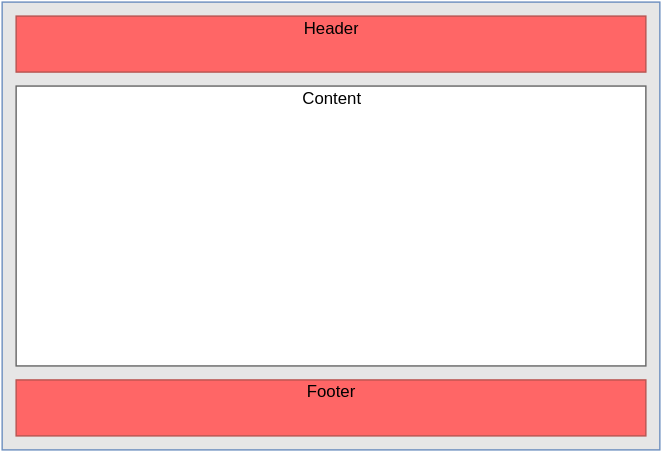
Before: public-parts/layout.svg, a diagram exported from draw.io (CatUnicornKiller/user-doc). Source tidied: cells renumbered, new cells last; positions are measured from the earlier drawing's top-left corner, leaving out a move shared by most shapes. Its diagram source:
```xml
<mxGraphModel background="#ffffff">
  <root>
    <mxCell id="0" />
    <mxCell id="1" parent="0" />
    <mxCell id="2" style="whiteSpace=wrap;html=1;plain-blue;gradientColor=none;fillColor=#E6E6E6;" parent="1" vertex="1">
      <mxGeometry width="470" height="320" as="geometry" />
    </mxCell>
    <mxCell id="3" style="whiteSpace=wrap;html=1;plain-red;gradientColor=none;fillColor=#FF6666;" parent="1" vertex="1">
      <mxGeometry x="10" y="10" width="450" height="40" as="geometry" />
    </mxCell>
    <mxCell id="4" value="Header" style="text;html=1;strokeColor=none;fillColor=none;align=center;verticalAlign=middle;whiteSpace=wrap;overflow=hidden;" parent="1" vertex="1">
      <mxGeometry x="210" y="10" width="50" height="20" as="geometry" />
    </mxCell>
    <mxCell id="5" style="whiteSpace=wrap;html=1;gradientColor=none;fillColor=#FF6666;strokeColor=#B85450;" parent="1" vertex="1">
      <mxGeometry x="10" y="270" width="450" height="40" as="geometry" />
    </mxCell>
    <mxCell id="6" value="Footer&lt;br&gt;" style="text;html=1;strokeColor=none;fillColor=none;align=center;verticalAlign=middle;whiteSpace=wrap;overflow=hidden;" parent="1" vertex="1">
      <mxGeometry x="215" y="270" width="40" height="20" as="geometry" />
    </mxCell>
    <mxCell id="7" style="whiteSpace=wrap;html=1;strokeColor=#666666;" parent="1" vertex="1">
      <mxGeometry x="10" y="60" width="450" height="200" as="geometry" />
    </mxCell>
    <mxCell id="8" value="Content" style="text;html=1;strokeColor=none;fillColor=none;align=center;verticalAlign=middle;whiteSpace=wrap;overflow=hidden;" parent="1" vertex="1">
      <mxGeometry x="205" y="60" width="60" height="20" as="geometry" />
    </mxCell>
  </root>
</mxGraphModel>
```
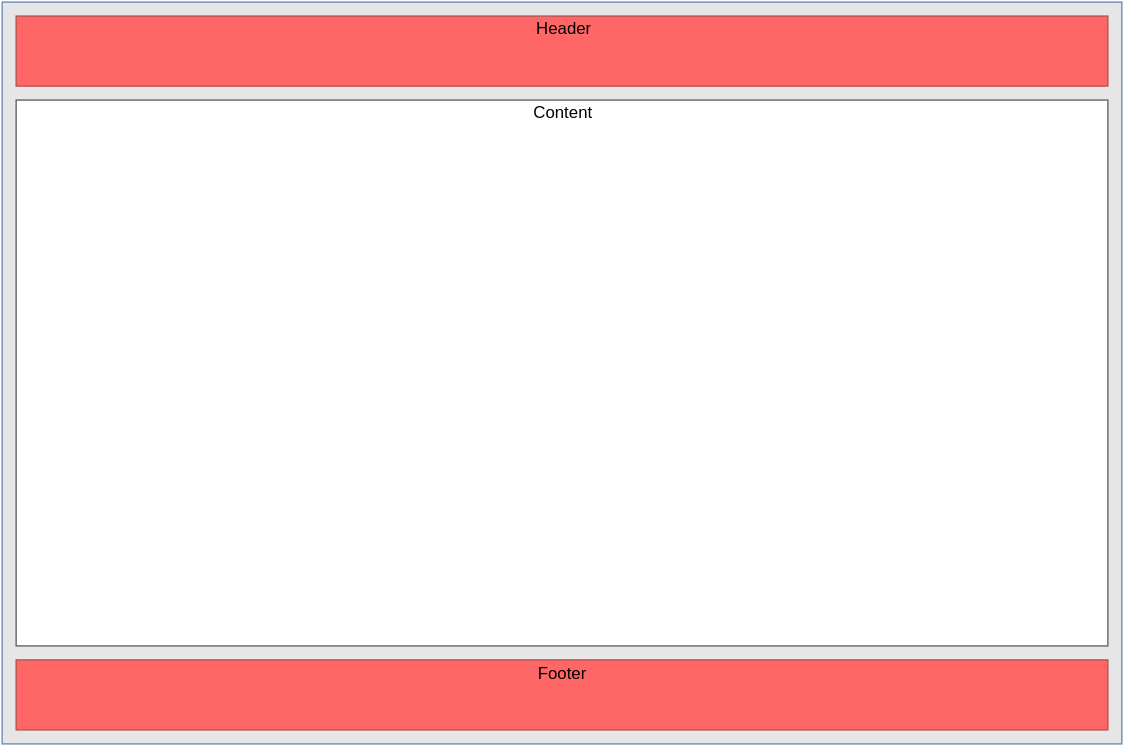
The same file after the commit.

Commit message:
Bigger layout images

The edit, as a diff of the source:
```diff
@@ -3,25 +3,34 @@
     <mxCell id="0" />
     <mxCell id="1" parent="0" />
     <mxCell id="2" style="whiteSpace=wrap;html=1;plain-blue;gradientColor=none;fillColor=#E6E6E6;" parent="1" vertex="1">
-      <mxGeometry width="470" height="320" as="geometry" />
+      <mxGeometry width="800" height="530" as="geometry" />
     </mxCell>
+    <mxCell id="9" style="group;" parent="1" vertex="1">
+      <mxGeometry x="10" y="10" width="780" height="50" as="geometry" />
+    </mxCell>
-    <mxCell id="3" style="whiteSpace=wrap;html=1;plain-red;gradientColor=none;fillColor=#FF6666;" parent="1" vertex="1">
-      <mxGeometry x="10" y="10" width="450" height="40" as="geometry" />
+    <mxCell id="3" style="whiteSpace=wrap;html=1;plain-red;gradientColor=none;fillColor=#FF6666;" parent="9" vertex="1">
+      <mxGeometry width="780" height="50" as="geometry" />
     </mxCell>
-    <mxCell id="4" value="Header" style="text;html=1;strokeColor=none;fillColor=none;align=center;verticalAlign=middle;whiteSpace=wrap;overflow=hidden;" parent="1" vertex="1">
-      <mxGeometry x="210" y="10" width="50" height="20" as="geometry" />
+    <mxCell id="4" value="Header" style="text;html=1;strokeColor=none;fillColor=none;align=center;verticalAlign=middle;whiteSpace=wrap;overflow=hidden;" parent="9" vertex="1">
+      <mxGeometry x="300" width="182.4" height="20" as="geometry" />
     </mxCell>
+    <mxCell id="10" style="group;" parent="1" vertex="1">
+      <mxGeometry x="10" y="70" width="780" height="390" as="geometry" />
+    </mxCell>
+    <mxCell id="7" style="whiteSpace=wrap;html=1;strokeColor=#666666;" parent="10" vertex="1">
+      <mxGeometry width="780" height="390" as="geometry" />
+    </mxCell>
+    <mxCell id="8" value="Content" style="text;html=1;strokeColor=none;fillColor=none;align=center;verticalAlign=middle;whiteSpace=wrap;overflow=hidden;" parent="10" vertex="1">
+      <mxGeometry x="292.8" width="195.6" height="19.5" as="geometry" />
+    </mxCell>
+    <mxCell id="11" style="group;" parent="1" vertex="1">
+      <mxGeometry x="10" y="470" width="780" height="50" as="geometry" />
+    </mxCell>
-    <mxCell id="5" style="whiteSpace=wrap;html=1;gradientColor=none;fillColor=#FF6666;strokeColor=#B85450;" parent="1" vertex="1">
-      <mxGeometry x="10" y="270" width="450" height="40" as="geometry" />
+    <mxCell id="5" style="whiteSpace=wrap;html=1;gradientColor=none;fillColor=#FF6666;strokeColor=#B85450;" parent="11" vertex="1">
+      <mxGeometry width="780" height="50" as="geometry" />
     </mxCell>
-    <mxCell id="6" value="Footer&lt;br&gt;" style="text;html=1;strokeColor=none;fillColor=none;align=center;verticalAlign=middle;whiteSpace=wrap;overflow=hidden;" parent="1" vertex="1">
-      <mxGeometry x="215" y="270" width="40" height="20" as="geometry" />
+    <mxCell id="6" value="Footer&lt;br&gt;" style="text;html=1;strokeColor=none;fillColor=none;align=center;verticalAlign=middle;whiteSpace=wrap;overflow=hidden;" parent="11" vertex="1">
+      <mxGeometry x="309.6" y="1" width="160.8" height="20" as="geometry" />
     </mxCell>
-    <mxCell id="7" style="whiteSpace=wrap;html=1;strokeColor=#666666;" parent="1" vertex="1">
-      <mxGeometry x="10" y="60" width="450" height="200" as="geometry" />
-    </mxCell>
-    <mxCell id="8" value="Content" style="text;html=1;strokeColor=none;fillColor=none;align=center;verticalAlign=middle;whiteSpace=wrap;overflow=hidden;" parent="1" vertex="1">
-      <mxGeometry x="205" y="60" width="60" height="20" as="geometry" />
-    </mxCell>
   </root>
 </mxGraphModel>
```
